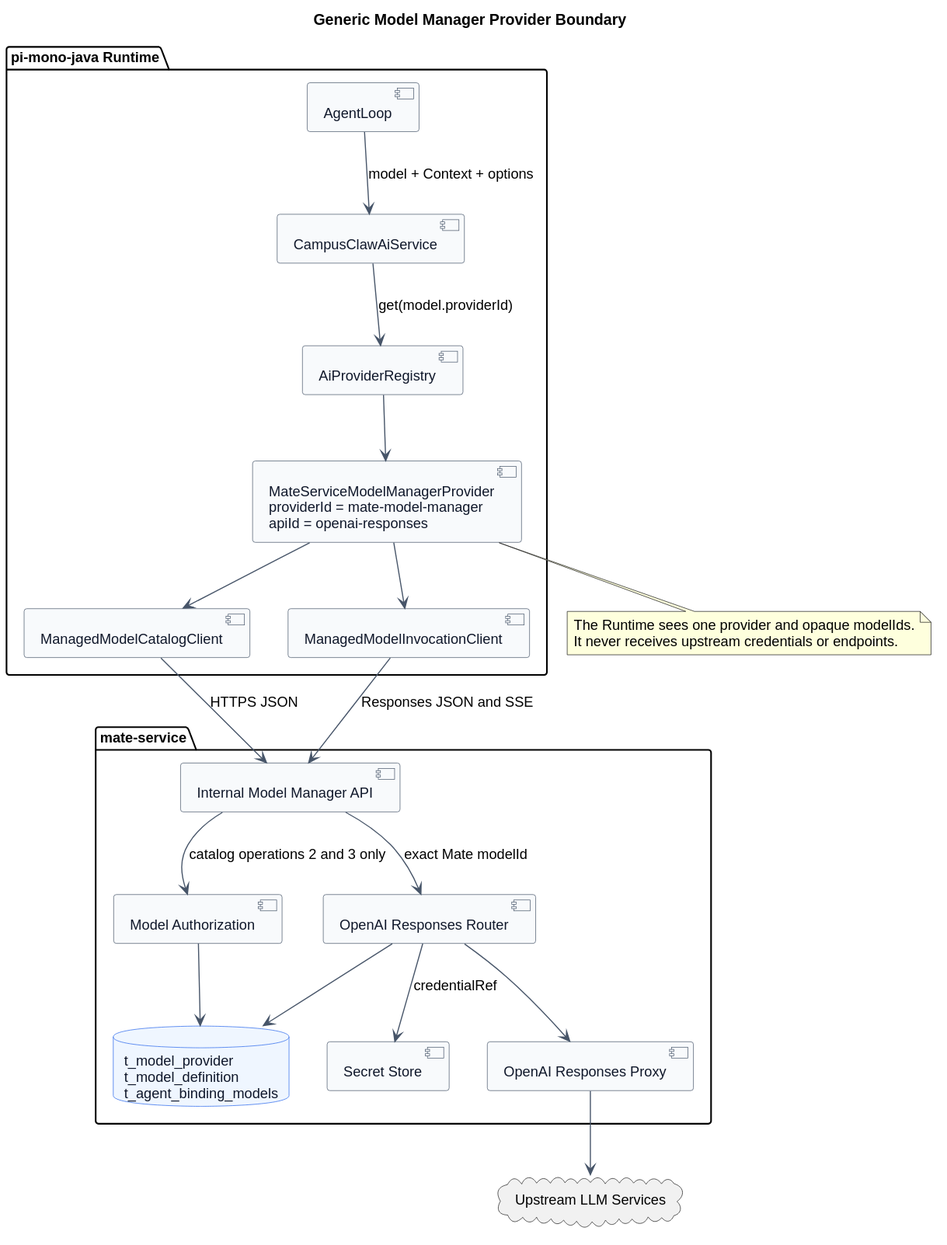
Earlier version of the PlantUML export model-manager-provider-contract/generic_provider_boundary.svg (ssm0808/pi-mono-java-design). Its diagram source:
```plantuml
@startuml
title Generic Model Manager Provider Boundary


skinparam backgroundColor #FFFFFF
skinparam shadowing false
skinparam defaultFontName Arial
skinparam defaultFontSize 13
skinparam component {
  BackgroundColor #F8FAFC
  BorderColor #475569
  FontColor #0F172A
}
skinparam database {
  BackgroundColor #EFF6FF
  BorderColor #2563EB
  FontColor #0F172A
}
skinparam ArrowColor #475569

package "pi-mono-java Runtime" {
  [AgentLoop] as Loop
  [CampusClawAiService] as AiService
  [AiProviderRegistry] as Registry
  [MateServiceModelManagerProvider\nproviderId = mate-model-manager\napiId = openai-responses] as GenericProvider
  [ManagedModelCatalogClient] as CatalogClient
  [ManagedModelInvocationClient] as InvocationClient
}

package "mate-service" {
  [Internal Model Manager API] as ManagerApi
  [Model Authorization] as Authorization
  [OpenAI Responses Router] as Router
  database "t_model_provider\nt_model_definition\nt_agent_binding_models" as Catalog
  [Secret Store] as Secrets
  [OpenAI Responses Proxy] as Adapters
}

cloud "Upstream LLM Services" as Vendors

Loop --> AiService : model + Context + options
AiService --> Registry : get(model.providerId)
Registry --> GenericProvider
GenericProvider --> CatalogClient
GenericProvider --> InvocationClient
CatalogClient --> ManagerApi : HTTPS JSON
InvocationClient --> ManagerApi : Responses JSON and SSE
ManagerApi --> Authorization : catalog operations 2 and 3 only
Authorization --> Catalog
ManagerApi --> Router : exact Mate modelId
Router --> Catalog
Router --> Secrets : credentialRef
Router --> Adapters
Adapters --> Vendors

note bottom of GenericProvider
The Runtime sees one provider and opaque modelIds.
It never receives upstream credentials or endpoints.
end note
@enduml
```
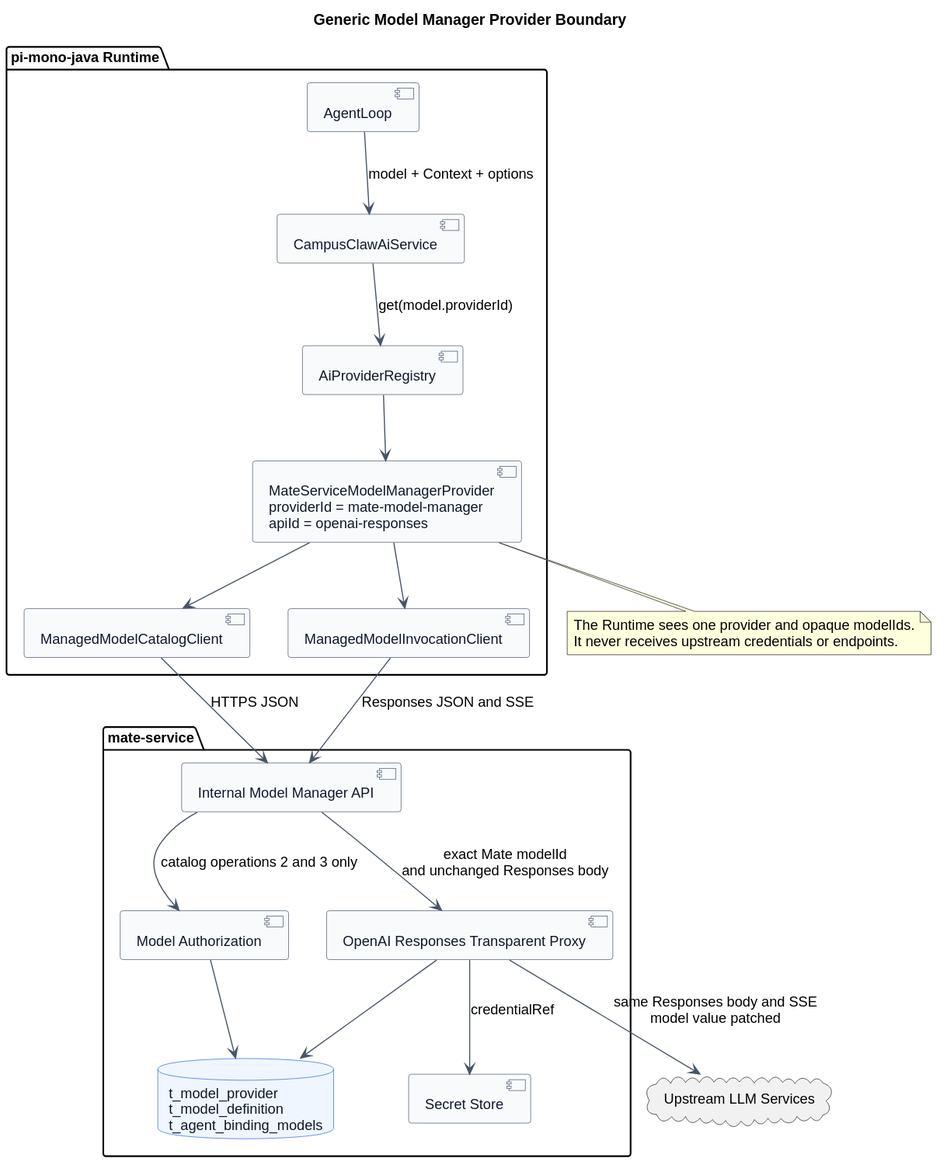
After the change.

Commit message:
docs(model-manager): make Responses proxy transparent

Change to the diagram source:
```diff
@@ -30,10 +30,9 @@
 package "mate-service" {
   [Internal Model Manager API] as ManagerApi
   [Model Authorization] as Authorization
-  [OpenAI Responses Router] as Router
+  [OpenAI Responses Transparent Proxy] as Router
   database "t_model_provider\nt_model_definition\nt_agent_binding_models" as Catalog
   [Secret Store] as Secrets
-  [OpenAI Responses Proxy] as Adapters
 }
 
 cloud "Upstream LLM Services" as Vendors
@@ -47,11 +46,10 @@
 InvocationClient --> ManagerApi : Responses JSON and SSE
 ManagerApi --> Authorization : catalog operations 2 and 3 only
 Authorization --> Catalog
-ManagerApi --> Router : exact Mate modelId
+ManagerApi --> Router : exact Mate modelId\nand unchanged Responses body
 Router --> Catalog
 Router --> Secrets : credentialRef
-Router --> Adapters
-Adapters --> Vendors
+Router --> Vendors : same Responses body and SSE\nmodel value patched
 
 note bottom of GenericProvider
 The Runtime sees one provider and opaque modelIds.
```
